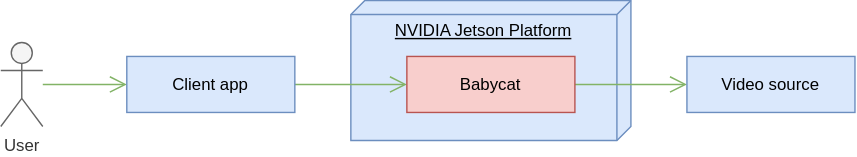
This is docs/srs/figs/2-1.drawio.svg from skim2048/babycat, a draw.io export, as it was before one commit. Source tidied: cells renumbered, new cells last; positions are measured from the earlier drawing's top-left corner, leaving out a move shared by most shapes.
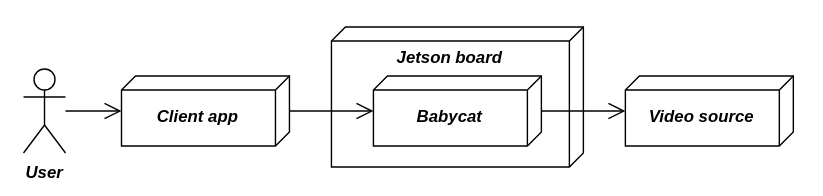
After the commit.

Change to the diagram source:
```diff
@@ -2,29 +2,32 @@
   <root>
     <mxCell id="0" />
     <mxCell id="1" parent="0" />
+    <mxCell id="10" style="rounded=0;whiteSpace=wrap;html=1;fillColor=none;strokeColor=none;" parent="1" vertex="1">
+      <mxGeometry x="23" y="-20" width="587" height="140" as="geometry" />
+    </mxCell>
-    <mxCell id="2" value="NVIDIA Jetson Platform" style="verticalAlign=top;align=center;spacingTop=8;spacingLeft=2;spacingRight=12;shape=cube;size=10;direction=south;fontStyle=4;html=1;whiteSpace=wrap;fillColor=#dae8fc;strokeColor=#6c8ebf;" parent="1" vertex="1">
-      <mxGeometry x="250" width="200" height="100" as="geometry" />
+    <mxCell id="2" value="Jetson board" style="verticalAlign=top;align=center;spacingTop=8;spacingLeft=2;spacingRight=12;shape=cube;size=10;direction=south;fontStyle=3;html=1;whiteSpace=wrap;fillColor=none;" parent="1" vertex="1">
+      <mxGeometry x="260" width="180" height="100" as="geometry" />
     </mxCell>
-    <mxCell id="3" style="edgeStyle=none;html=1;endArrow=open;endFill=0;endSize=10;fillColor=#d5e8d4;strokeColor=#82b366;" parent="1" edge="1" source="4" target="6">
+    <mxCell id="3" style="edgeStyle=none;html=1;endArrow=open;endFill=0;endSize=10;fillColor=#d5e8d4;strokeColor=light-dark(#000000,#FFFFFF);strokeWidth=1;" parent="1" edge="1" source="4" target="6">
       <mxGeometry relative="1" as="geometry" />
     </mxCell>
-    <mxCell id="4" value="User" style="shape=umlActor;verticalLabelPosition=bottom;verticalAlign=top;html=1;outlineConnect=0;fillColor=#f5f5f5;fontColor=#333333;strokeColor=#666666;" parent="1" vertex="1">
-      <mxGeometry y="30" width="30" height="60" as="geometry" />
+    <mxCell id="4" value="User" style="shape=umlActor;verticalLabelPosition=bottom;verticalAlign=top;html=1;outlineConnect=0;fontStyle=3;fillColor=none;" parent="1" vertex="1">
+      <mxGeometry x="40" y="30" width="30" height="60" as="geometry" />
     </mxCell>
-    <mxCell id="5" style="edgeStyle=none;html=1;endArrow=open;endFill=0;endSize=10;fillColor=#d5e8d4;strokeColor=#82b366;" parent="1" edge="1" source="6" target="8">
+    <mxCell id="5" style="edgeStyle=none;html=1;endArrow=open;endFill=0;endSize=10;fillColor=#d5e8d4;strokeColor=light-dark(#000000,#FFFFFF);strokeWidth=1;" parent="1" edge="1" source="6" target="8">
       <mxGeometry relative="1" as="geometry" />
     </mxCell>
+    <mxCell id="7" style="edgeStyle=none;html=1;endArrow=open;endFill=0;endSize=10;fillColor=#d5e8d4;strokeColor=light-dark(#000000,#FFFFFF);strokeWidth=1;" parent="1" edge="1" source="8" target="9">
+      <mxGeometry relative="1" as="geometry" />
+    </mxCell>
-    <mxCell id="6" value="Client app" style="rounded=0;whiteSpace=wrap;html=1;fillColor=#dae8fc;strokeColor=#6c8ebf;" parent="1" vertex="1">
-      <mxGeometry x="90" y="40" width="120" height="40" as="geometry" />
+    <mxCell id="6" value="&lt;b&gt;&lt;i&gt;Client app&lt;/i&gt;&lt;/b&gt;" style="verticalAlign=middle;align=center;spacingTop=8;spacingLeft=2;spacingRight=12;shape=cube;size=10;direction=south;fontStyle=0;html=1;whiteSpace=wrap;fillColor=none;" parent="1" vertex="1">
+      <mxGeometry x="110" y="35" width="120" height="50" as="geometry" />
     </mxCell>
-    <mxCell id="7" style="edgeStyle=none;html=1;endArrow=open;endFill=0;endSize=10;fillColor=#d5e8d4;strokeColor=#82b366;" parent="1" edge="1" source="8" target="9">
-      <mxGeometry relative="1" as="geometry" />
-    </mxCell>
+    <mxCell id="9" value="&lt;b&gt;&lt;i&gt;Video source&lt;/i&gt;&lt;/b&gt;" style="verticalAlign=middle;align=center;spacingTop=8;spacingLeft=2;spacingRight=12;shape=cube;size=10;direction=south;fontStyle=0;html=1;whiteSpace=wrap;fillColor=none;" parent="1" vertex="1">
+      <mxGeometry x="470" y="35" width="120" height="50" as="geometry" />
+    </mxCell>
-    <mxCell id="8" value="Babycat" style="rounded=0;whiteSpace=wrap;html=1;fillColor=#f8cecc;strokeColor=#b85450;" parent="1" vertex="1">
-      <mxGeometry x="290" y="40" width="120" height="40" as="geometry" />
+    <mxCell id="8" value="&lt;b&gt;&lt;i&gt;Babycat&lt;/i&gt;&lt;/b&gt;" style="verticalAlign=middle;align=center;spacingTop=8;spacingLeft=2;spacingRight=12;shape=cube;size=10;direction=south;fontStyle=0;html=1;whiteSpace=wrap;fillColor=none;" parent="1" vertex="1">
+      <mxGeometry x="290" y="35" width="120" height="50" as="geometry" />
     </mxCell>
-    <mxCell id="9" value="Video source" style="rounded=0;whiteSpace=wrap;html=1;fillColor=#dae8fc;strokeColor=#6c8ebf;" parent="1" vertex="1">
-      <mxGeometry x="490" y="40" width="120" height="40" as="geometry" />
-    </mxCell>
   </root>
 </mxGraphModel>
```
